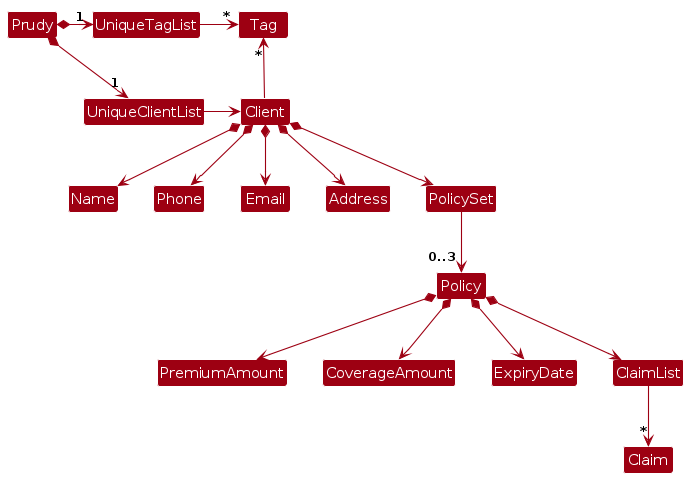
Above: diagrams/BetterModelClassDiagram.png in AY2425S1-CS2103T-T14-1/tp (PlantUML), before the change. Its source is kept beside it as diagrams/BetterModelClassDiagram.puml.
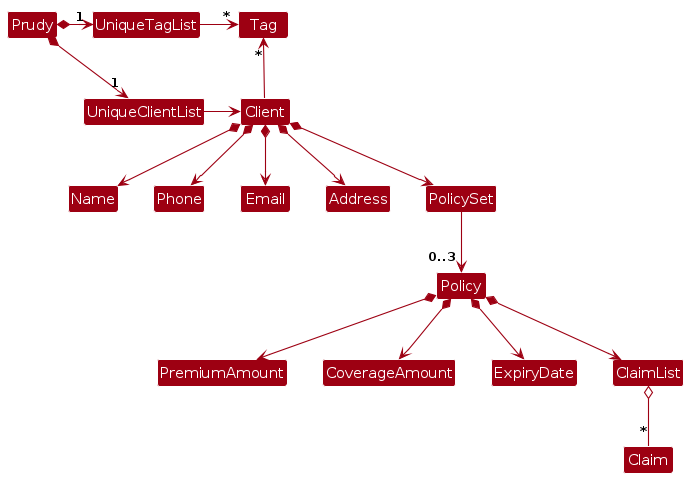
The same file after the commit.

The edit, as a diff of the source:
```diff
@@ -27,6 +27,5 @@
 Policy *--> ExpiryDate
 Policy *--> ClaimList
 
-ClaimList --> "*" Claim
-
+ClaimList o-- "*" Claim
 @enduml
```
